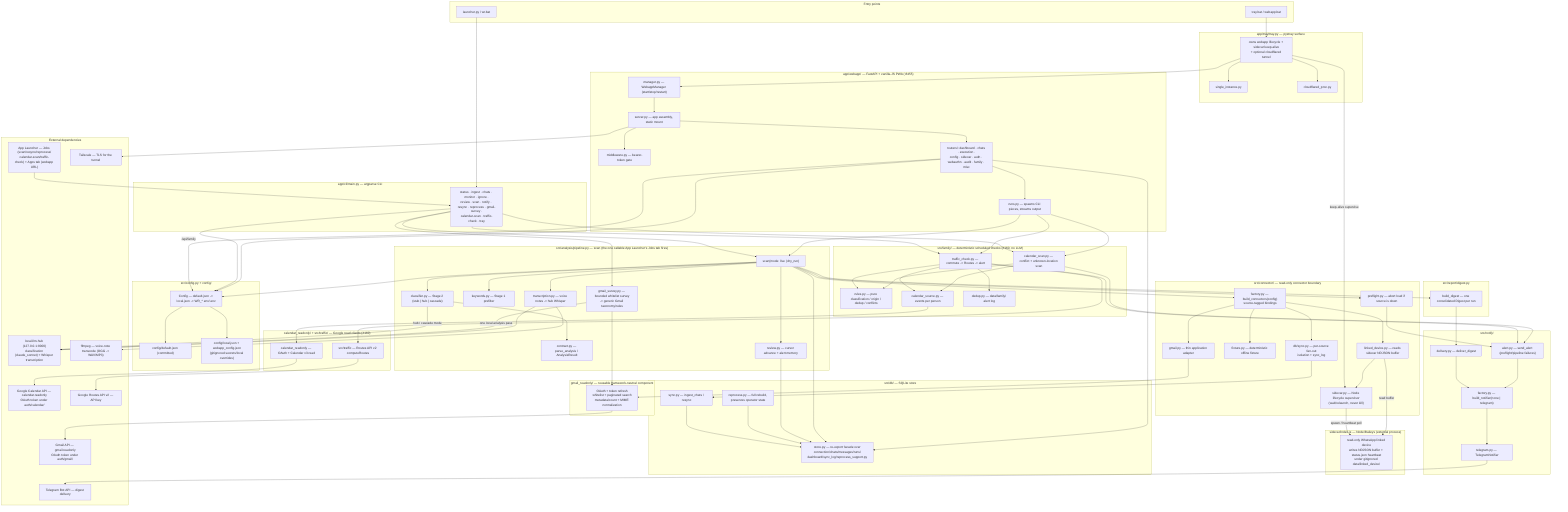
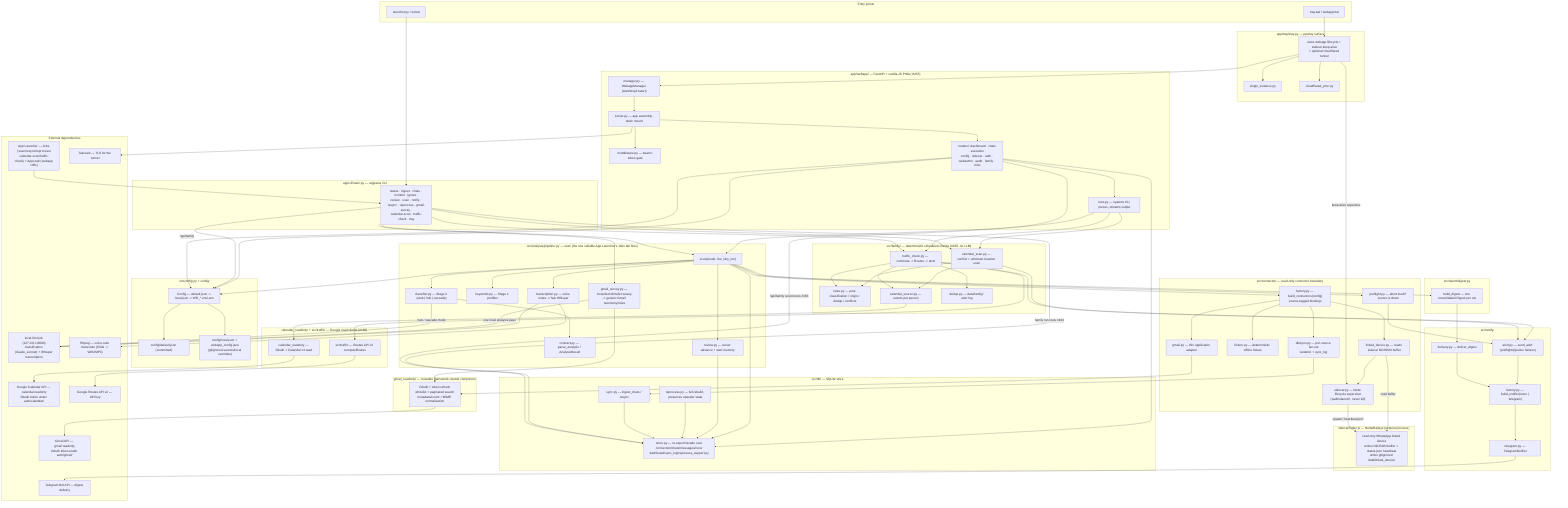
%% docs/architecture.mmd — whatsapp-radar's own internal structure.
%% Hand-authored, not generated (unlike fleet-config's mechanically-aggregated
%% fleet-wide `/system-map`) — this repo's own internal shape is semantic and
%% can't be crawled the same way. Update this diagram in the same PR as any
%% material structural change (a connector added, a pipeline stage moved, a
%% router split) — same anti-staleness contract as this repo's `.fleet.toml`
%% `description` field. See fleet-config's `CLAUDE.md` ("Every repo carries a
%% `.fleet.toml`") for the general convention (ferraroroberto/fleet-config#256).

flowchart TB
  subgraph entry["Entry points"]
    LAUNCHER["launcher.py / wr.bat"]
    TRAYBAT["tray.bat / webapp.bat"]
  end

  subgraph cli["app/cli/main.py — argparse CLI"]
    CLICMDS["status · ingest · chats · monitor · ignore ·\nreview · scan · notify · resync · reprocess · gmail-survey ·\ncalendar-scan · traffic-check · tray"]
  end
  LAUNCHER --> CLICMDS

  subgraph tray["app/tray/tray.py — pystray surface"]
    TRAYPY["owns webapp lifecycle + sidecar keep-alive\n+ optional cloudflared tunnel"]
    SINGLEINST["single_instance.py"]
    CLOUDFLARED["cloudflared_proc.py"]
  end
  TRAYBAT --> TRAYPY
  TRAYPY --> SINGLEINST
  TRAYPY --> CLOUDFLARED

  subgraph webapp["app/webapp/ — FastAPI + vanilla-JS PWA (:8455)"]
    SERVER["server.py — app assembly, static mount"]
    MANAGER["manager.py — WebappManager (start/stop/restart)"]
    MIDDLEWARE["middleware.py — bearer-token gate"]
    RUNS["runs.py — spawns CLI pieces, streams output"]
    ROUTERS["routers/: dashboard · chats · execution ·\nconfig · sidecar · auth · webauthn · audit · family · misc"]
  end
  TRAYPY --> MANAGER
  MANAGER --> SERVER
  SERVER --> MIDDLEWARE
  SERVER --> ROUTERS
  ROUTERS --> RUNS

  subgraph pipeline["src/analysis/pipeline.py — scan (the one callable App Launcher's Jobs tab fires)"]
    SCAN["scan(mode: live | dry_run)"]
    TRANSCRIBE["transcription.py — voice notes -> hub Whisper"]
    KEYWORDS["keywords.py — Stage 1 prefilter"]
    CLASSIFIER["classifier.py — Stage 2 (stub | hub | cascade)"]
    CONTRACT["contract.py — parse_analysis / AnalysisResult"]
    REVIEW["review.py — cursor advance + alert memory"]
    SURVEY["gmail_survey.py — bounded whitelist survey\n-> generic Gmail taxonomy/rules"]
  end
  CLICMDS --> SCAN
  RUNS --> SCAN
  SCAN --> TRANSCRIBE
  SCAN --> KEYWORDS
  SCAN --> CLASSIFIER
  CLASSIFIER --> CONTRACT
  SCAN --> REVIEW
  CLICMDS --> SURVEY

  subgraph connector["src/connector/ — read-only connector boundary"]
    CFACTORY["factory.py — build_connectors(config)\nsource-tagged bindings"]
    FANOUT["db/sync.py — per-source fan-out\nisolation + sync_log"]
    FIXTURE["fixture.py — deterministic offline fixture"]
    LINKED["linked_device.py — reads sidecar NDJSON buffer"]
    GMAIL["gmail.py — thin application adapter"]
    SIDECARPY["sidecar.py — Node lifecycle supervisor\n(wait/relaunch, never kill)"]
    PREFLIGHT["preflight.py — abort loud if source is down"]
  end
  SCAN --> CFACTORY
  CFACTORY --> FANOUT
  CFACTORY --> FIXTURE
  CFACTORY --> LINKED
  CFACTORY --> GMAIL
  SCAN --> PREFLIGHT
  TRAYPY -->|keep-alive supervise| SIDECARPY
  LINKED --> SIDECARPY

  subgraph gmailcore["gmail_readonly/ — reusable framework-neutral component"]
    GMAILCORE["OAuth + token refresh\nwhitelist + paginated search\nmetadata/count + MIME normalization"]
  end
  GMAIL --> GMAILCORE
  SURVEY --> GMAILCORE

  subgraph family["src/family/ — deterministic scheduled checks (#160, no LLM)"]
    FRULES["rules.py — pure classification / origin / dedup / conflicts"]
    FTRAFFIC["traffic_check.py — commute -> Routes -> alert"]
    FCAL["calendar_scan.py — conflict + unknown-location scan"]
    FSOURCE["calendar_source.py — events per person"]
    FDEDUP["dedup.py — data/family/ alert log"]
  end
  CLICMDS --> FTRAFFIC
  CLICMDS --> FCAL
  FTRAFFIC --> FRULES
  FCAL --> FRULES
  FTRAFFIC --> FSOURCE
  FCAL --> FSOURCE
  FTRAFFIC --> FDEDUP
  FTRAFFIC --> ALERT
  FCAL --> ALERT
  ROUTERS -->|/api/family| CONFIGPY
+   ROUTERS -->|/api/family recent runs #163| STORE
+   CLICMDS -->|family run rows #163| STORE
  RUNS --> FTRAFFIC
  RUNS --> FCAL

  subgraph calcore["calendar_readonly/ + src/traffic/ — Google read clients (#160)"]
    CALCLIENT["calendar_readonly — OAuth + Calendar v3 read"]
    ROUTESCLIENT["src/traffic — Routes API v2 computeRoutes"]
  end
  FSOURCE --> CALCLIENT
  FTRAFFIC --> ROUTESCLIENT

  subgraph sidecarnode["sidecar/index.js — Node/Baileys (external process)"]
    BAILEYS["read-only WhatsApp linked device\nwrites NDJSON buffer + status.json heartbeat\nunder gitignored data/linked_device/"]
  end
  SIDECARPY -->|spawn / heartbeat poll| BAILEYS
  LINKED -->|read buffer| BAILEYS

  subgraph db["src/db/ — SQLite store"]
    STORE["store.py — re-export facade over\nconnection/chats/messages/runs/\ndashboard/sync_log/reprocess_support.py"]
    SYNC["sync.py — ingest_chats / resync"]
    REPROCESS["reprocess.py — full rebuild, preserves operator state"]
  end
  FANOUT --> SYNC
  SYNC --> STORE
  REPROCESS --> STORE
  REVIEW --> STORE
  SCAN --> STORE
  ROUTERS --> STORE

  subgraph report["src/report/digest.py"]
    DIGEST["build_digest — one consolidated Digest per run"]
  end
  SCAN --> DIGEST

  subgraph notify["src/notify/"]
    NFACTORY["factory.py — build_notifier(none | telegram)"]
    DELIVERY["delivery.py — deliver_digest"]
    ALERT["alert.py — send_alert (preflight/pipeline failures)"]
    TELEGRAM["telegram.py — TelegramNotifier"]
  end
  DIGEST --> DELIVERY
  DELIVERY --> NFACTORY
  NFACTORY --> TELEGRAM
  PREFLIGHT --> ALERT
  ALERT --> NFACTORY

  subgraph config["src/config.py + config/"]
    CONFIGPY["Config — default.json -> local.json -> WR_* env/.env"]
    DEFAULTJSON["config/default.json (committed)"]
    LOCALJSON["config/local.json + webapp_config.json\n(gitignored secrets/local overrides)"]
  end
  CLICMDS --> CONFIGPY
  SCAN --> CONFIGPY
  ROUTERS --> CONFIGPY
  CONFIGPY --> DEFAULTJSON
  CONFIGPY --> LOCALJSON

  subgraph ext["External dependencies"]
    HUB["local-llm-hub (127.0.0.1:8000)\nclassification (claude_sonnet) + Whisper transcription"]
    TELEGRAMAPI["Telegram Bot API — digest delivery"]
    APPLAUNCHER["App Launcher — Jobs (scan/resync/reprocess/\ncalendar-scan/traffic-check) + Apps tab (webapp URL)"]
    TAILSCALE["Tailscale — TLS for the tunnel"]
    FFMPEG["ffmpeg — voice-note transcode (OGG -> WAV/MP3)"]
    GMAILAPI["Gmail API — gmail.readonly\nOAuth token under auth/gmail/"]
    CALAPI["Google Calendar API — calendar.readonly\nOAuth token under auth/calendar/"]
    ROUTESAPI["Google Routes API v2 — API key"]
  end
  CLASSIFIER -->|hub / cascade mode| HUB
  SURVEY -->|one local analysis pass| HUB
  TRANSCRIBE --> HUB
  TELEGRAM --> TELEGRAMAPI
  APPLAUNCHER --> CLICMDS
  SERVER --> TAILSCALE
  TRANSCRIBE --> FFMPEG
  GMAILCORE --> GMAILAPI
  CALCLIENT --> CALAPI
  ROUTESCLIENT --> ROUTESAPI
